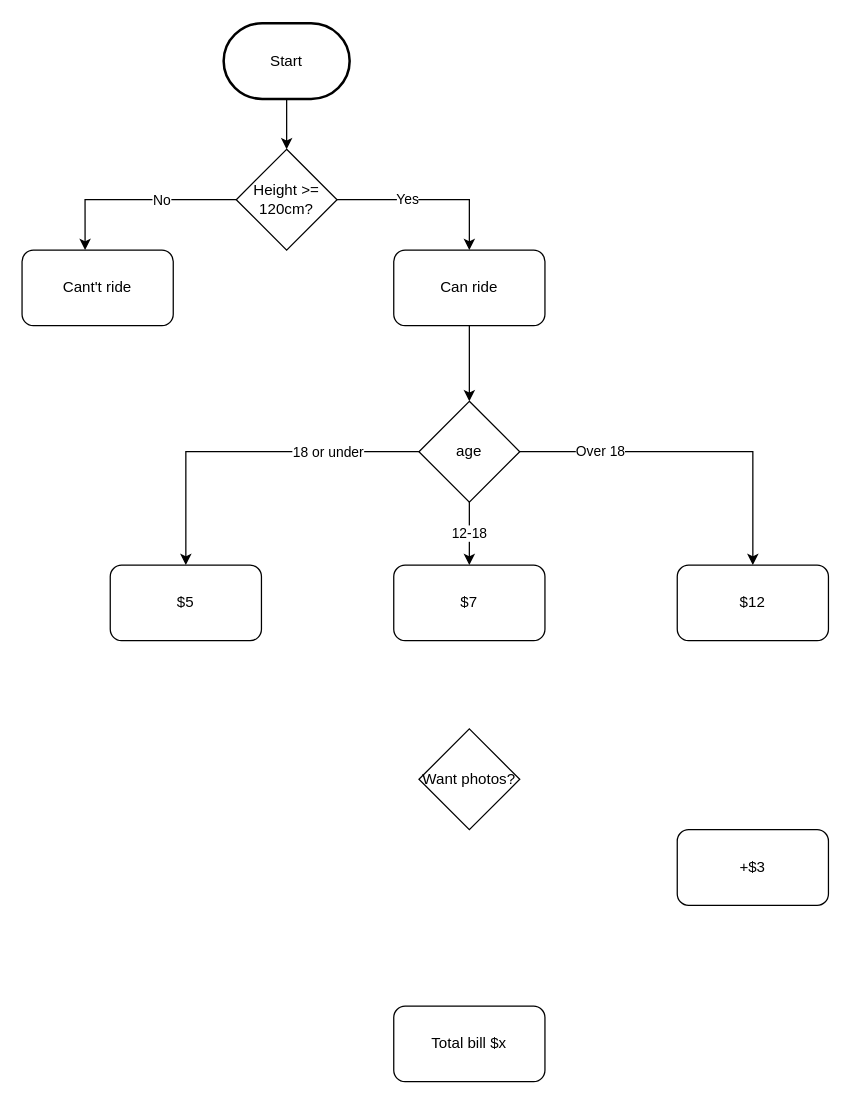
Above: Untitled Diagram.drawio in johangenis/100-days-of-python (draw.io), before the change. Source tidied: cells renumbered, new cells numbered last; positions are measured from the earlier drawing's top-left corner, leaving out a move shared by most shapes. Both pictures are drawn from the tidied source at 126%, with x=0, y=0 at pixel (21, 23).
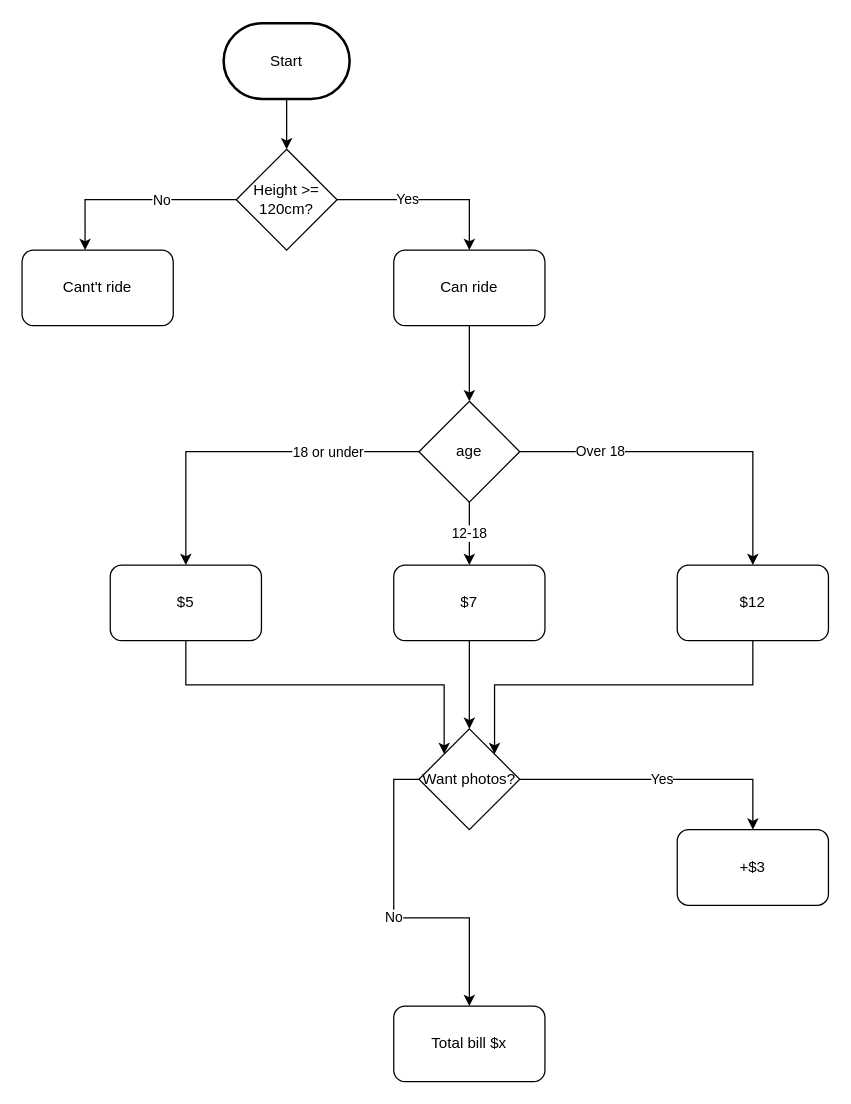
Above is the later version.

The change refers to these unchanged cells:
```xml
<mxCell id="18" value="$5" style="rounded=1;whiteSpace=wrap;html=1;" parent="1" vertex="1">
  <mxGeometry x="70" y="430" width="120" height="60" as="geometry" />
</mxCell>
<mxCell id="19" value="$12" style="rounded=1;whiteSpace=wrap;html=1;" parent="1" vertex="1">
  <mxGeometry x="520" y="430" width="120" height="60" as="geometry" />
</mxCell>
<mxCell id="20" value="$7" style="rounded=1;whiteSpace=wrap;html=1;" parent="1" vertex="1">
  <mxGeometry x="295" y="430" width="120" height="60" as="geometry" />
</mxCell>
<mxCell id="21" value="Want photos?" style="rhombus;whiteSpace=wrap;html=1;" parent="1" vertex="1">
  <mxGeometry x="315" y="560" width="80" height="80" as="geometry" />
</mxCell>
<mxCell id="22" value="+$3" style="rounded=1;whiteSpace=wrap;html=1;" parent="1" vertex="1">
  <mxGeometry x="520" y="640" width="120" height="60" as="geometry" />
</mxCell>
<mxCell id="23" value="Total bill $x" style="rounded=1;whiteSpace=wrap;html=1;" parent="1" vertex="1">
  <mxGeometry x="295" y="780" width="120" height="60" as="geometry" />
</mxCell>
```

The edit, as a diff of the source:
```diff
@@
+    <mxCell id="24" style="edgeStyle=orthogonalEdgeStyle;rounded=0;jettySize=auto;html=1;exitX=0.5;exitY=1;exitDx=0;exitDy=0;entryX=0;entryY=0;entryDx=0;entryDy=0;" parent="1" edge="1" source="18" target="21">
+      <mxGeometry relative="1" as="geometry" />
+    </mxCell>
@@
+    <mxCell id="25" style="edgeStyle=orthogonalEdgeStyle;rounded=0;jettySize=auto;html=1;exitX=0.5;exitY=1;exitDx=0;exitDy=0;entryX=1;entryY=0;entryDx=0;entryDy=0;" parent="1" edge="1" source="19" target="21">
+      <mxGeometry relative="1" as="geometry" />
+    </mxCell>
@@
+    <mxCell id="26" style="edgeStyle=orthogonalEdgeStyle;rounded=0;jettySize=auto;html=1;exitX=0.5;exitY=1;exitDx=0;exitDy=0;" parent="1" edge="1" source="20" target="21">
+      <mxGeometry relative="1" as="geometry" />
+    </mxCell>
@@
+    <mxCell id="27" value="Yes" style="edgeStyle=orthogonalEdgeStyle;rounded=0;jettySize=auto;html=1;exitX=1;exitY=0.5;exitDx=0;exitDy=0;entryX=0.5;entryY=0;entryDx=0;entryDy=0;" parent="1" edge="1" source="21" target="22">
+      <mxGeometry relative="1" as="geometry" />
+    </mxCell>
+    <mxCell id="28" value="No" style="edgeStyle=orthogonalEdgeStyle;rounded=0;jettySize=auto;html=1;exitX=0;exitY=0.5;exitDx=0;exitDy=0;entryX=0.5;entryY=0;entryDx=0;entryDy=0;" parent="1" edge="1" source="21" target="23">
+      <mxGeometry relative="1" as="geometry" />
+    </mxCell>
```
